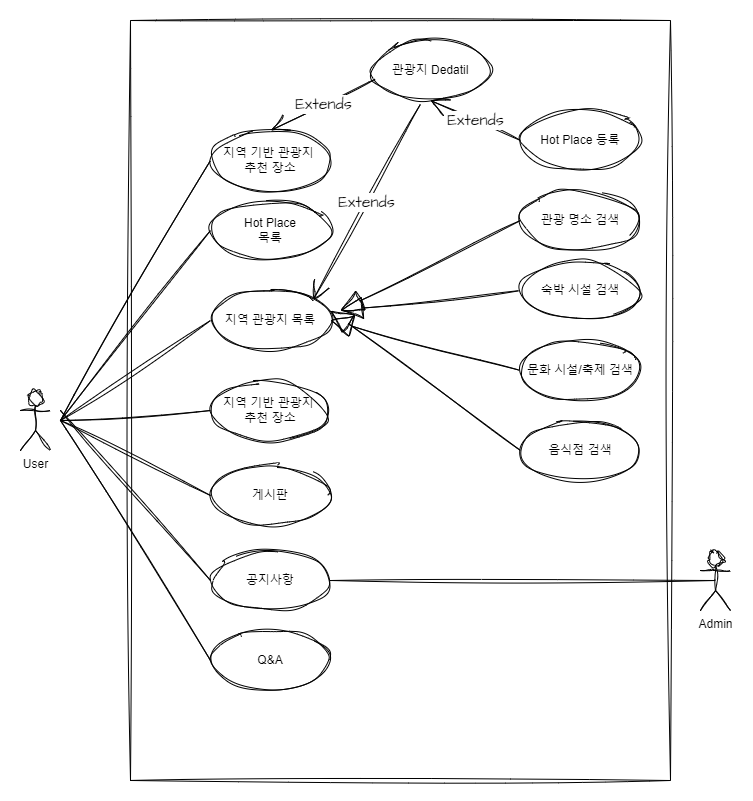
Before: docs/메인화면Usecase.png, a diagram exported from draw.io (dkgusdkfk/Everywhere). Source tidied: cells renumbered, new cells last; positions are measured from the earlier drawing's top-left corner, leaving out a move shared by most shapes.
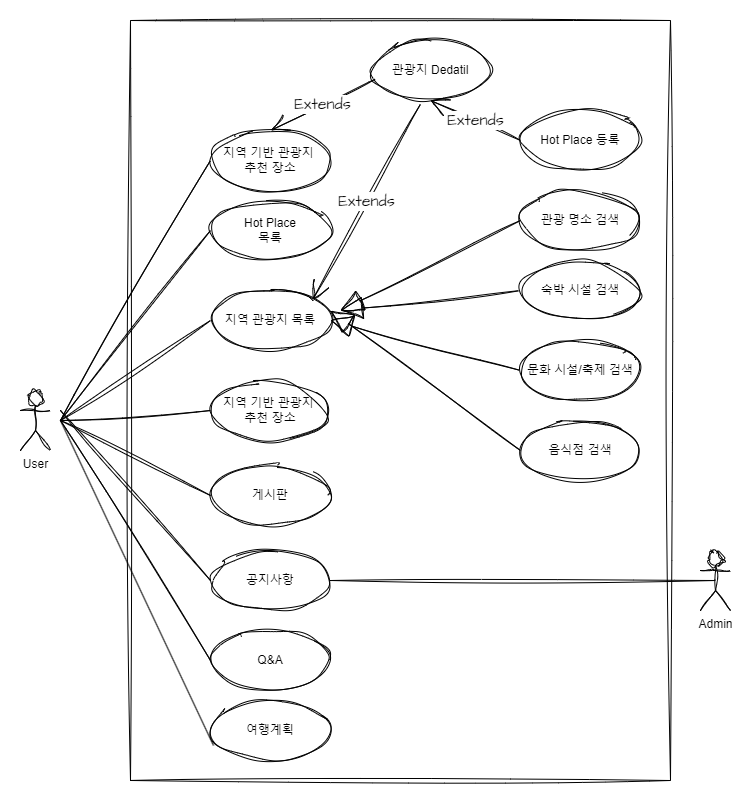
The same diagram one commit later.

Diff of the diagram source:
```diff
@@ -129,5 +129,13 @@
     <mxCell id="34" value="Extends" style="endArrow=open;endSize=16;endFill=0;html=1;rounded=0;sketch=1;hachureGap=4;jiggle=2;curveFitting=1;fontFamily=Architects Daughter;fontSource=https%3A%2F%2Ffonts.googleapis.com%2Fcss%3Ffamily%3DArchitects%2BDaughter;fontSize=16;exitX=0.415;exitY=1.067;exitDx=0;exitDy=0;entryX=1;entryY=0;entryDx=0;entryDy=0;exitPerimeter=0;" parent="1" edge="1" source="31" target="4">
       <mxGeometry relative="1" as="geometry" />
     </mxCell>
+    <mxCell id="35" value="여행계획" style="ellipse;whiteSpace=wrap;html=1;rounded=0;labelBackgroundColor=none;sketch=1;jiggle=2;curveFitting=1;strokeColor=default;fontFamily=Helvetica;fontSize=12;fontColor=default;fillColor=default;" parent="1" vertex="1">
+      <mxGeometry x="190" y="680" width="120" height="60" as="geometry" />
+    </mxCell>
+    <mxCell id="36" style="endArrow=none;html=1;rounded=0;exitX=0.025;exitY=0.75;exitDx=0;exitDy=0;exitPerimeter=0;" parent="1" edge="1" source="35">
+      <mxGeometry relative="1" as="geometry">
+        <mxPoint x="40" y="400" as="targetPoint" />
+      </mxGeometry>
+    </mxCell>
   </root>
 </mxGraphModel>
```
